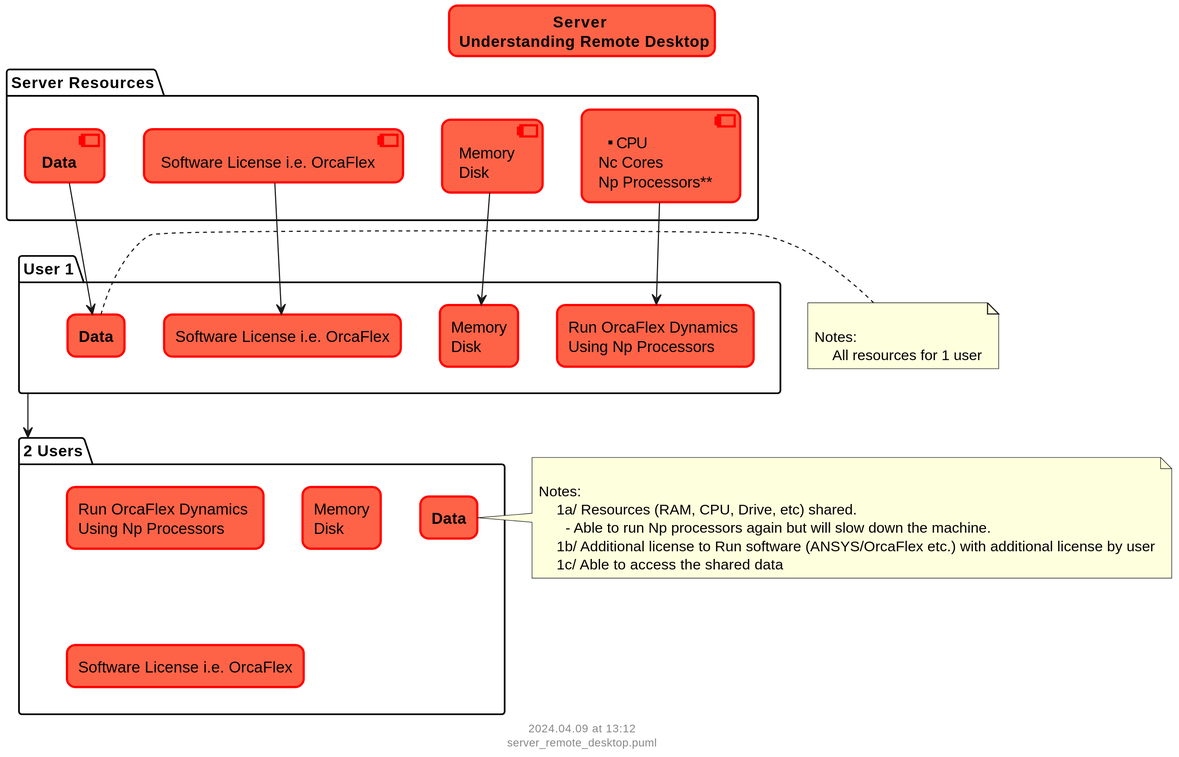
Before: docs/hardware/server_remote_desktop.svg, a diagram exported from PlantUML (vamseeachanta/utilities). Source of this version:
```plantuml
@startuml
scale 2
skinparam titleBorderRoundCorner 15
skinparam titleBorderThickness 2
skinparam titleBorderColor red
skinparam titleBackgroundColor Tomato


title Server \n Understanding Remote Desktop

package "Server Resources" {
    component "**CPU \nNc Cores \nNp Processors**" as CPU
    component "Memory\nDisk" as Memory
    component "Software License i.e. OrcaFlex" as Software
    component "**Data**" as Data
}

package "User 1" as user1 {
    agent "Run OrcaFlex Dynamics \nUsing Np Processors" as CPU_user1
    agent "Memory\nDisk" as Memory_user1
    agent "Software License i.e. OrcaFlex" as Software_user1
    agent "**Data**" as Data_user1
}

note right

    Notes:
        All resources for 1 user
end note

CPU --> CPU_user1
Memory --> Memory_user1
Software --> Software_user1
Data --> Data_user1

package "2 Users" as 2user {
    agent "Run OrcaFlex Dynamics \nUsing Np Processors" as CPU_user2
    agent "Memory\nDisk" as Memory_user2
    agent "Software License i.e. OrcaFlex" as Software_user2
    agent "**Data**" as Data_user2
}

note right

    Notes:
        1a/ Resources (RAM, CPU, Drive, etc) shared.
          - Able to run Np processors again but will slow down the machine.
        1b/ Additional license to Run software (ANSYS/OrcaFlex etc.) with additional license by user
        1c/ Able to access the shared data
end note

user1 --> 2user


footer
%date("yyyy.MM.dd' at 'HH:mm")
%filename()
end footer
@enduml
```
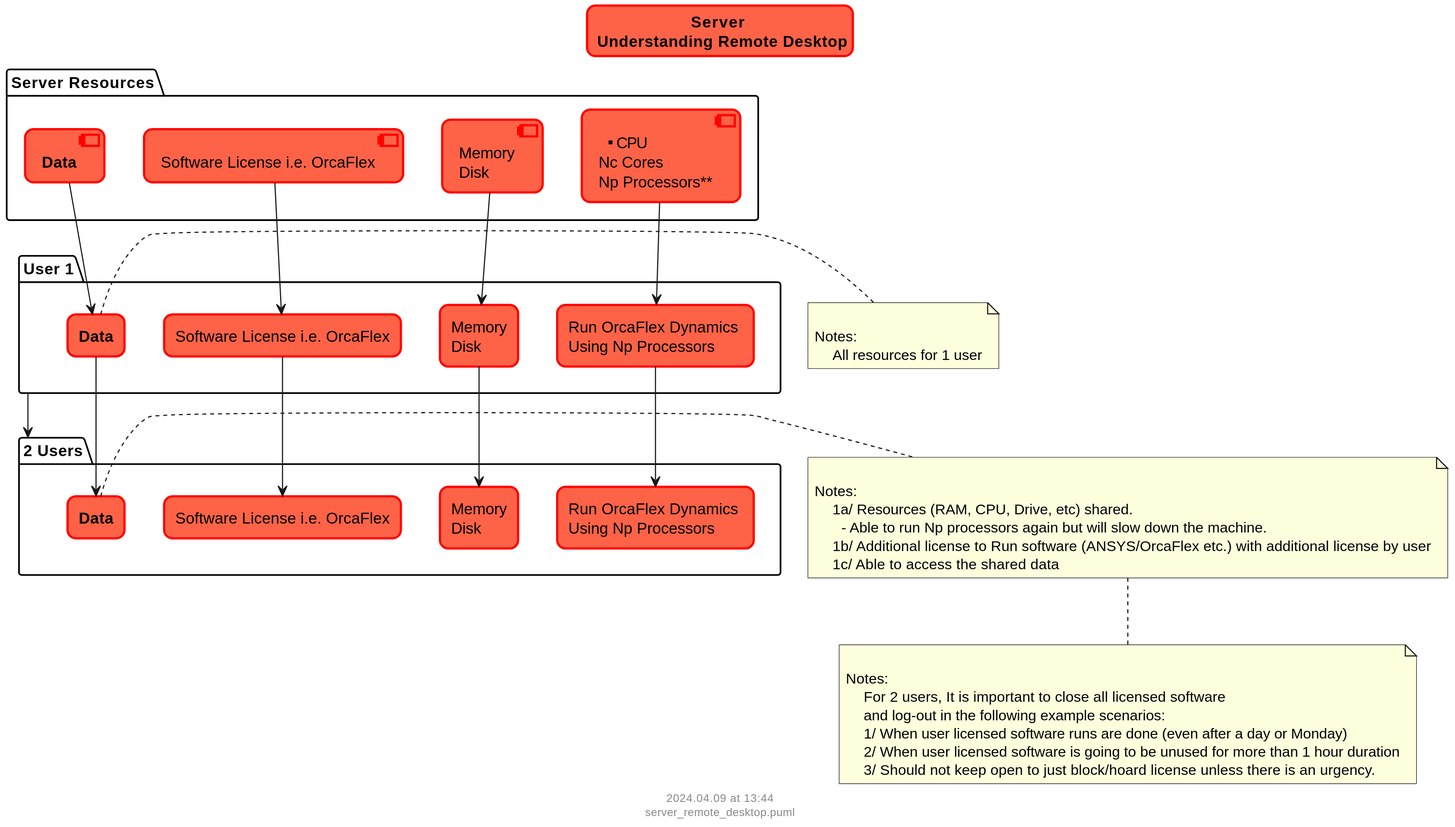
Later version of the same file.

Diff of the diagram source:
```diff
@@ -50,6 +50,20 @@
 end note
 
 user1 --> 2user
+CPU_user1 --> CPU_user2
+Memory_user1 --> Memory_user2
+Software_user1 --> Software_user2
+Data_user1 --> Data_user2
+
+note Bottom
+
+    Notes:
+        For 2 users, It is important to close all licensed software
+        and log-out in the following example scenarios:
+        1/ When user licensed software runs are done (even after a day or Monday)
+        2/ When user licensed software is going to be unused for more than 1 hour duration
+        3/ Should not keep open to just block/hoard license unless there is an urgency.
+end note
 
 
 footer
```
